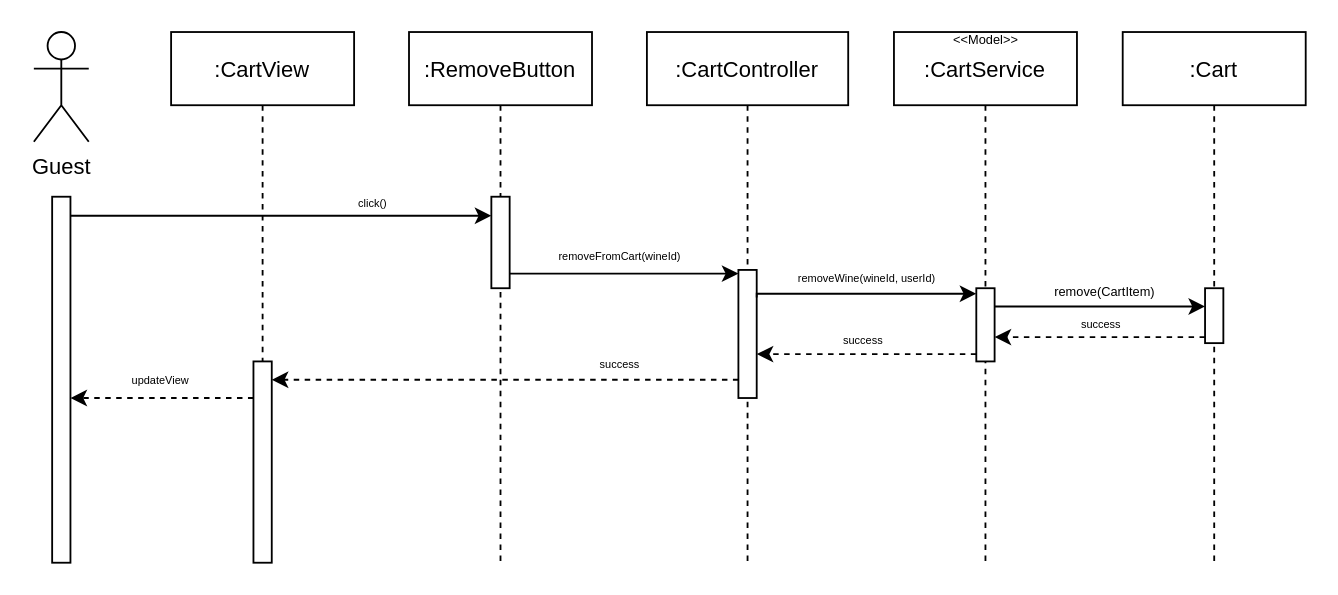
Before: page "RemoveWine" (2 of 4) of Docs/Requirements Analysis/Diagrams/Sequence Diagrams/Carrello/Winer.Cart.drawio in Gprisco/winer-unisa, a draw.io diagram. Source tidied: cells renumbered, new cells numbered last; positions are measured from the earlier drawing's top-left corner, leaving out a move shared by most shapes. Both pictures are drawn from the tidied source at 183%, with x=0, y=0 at pixel (33, 31).
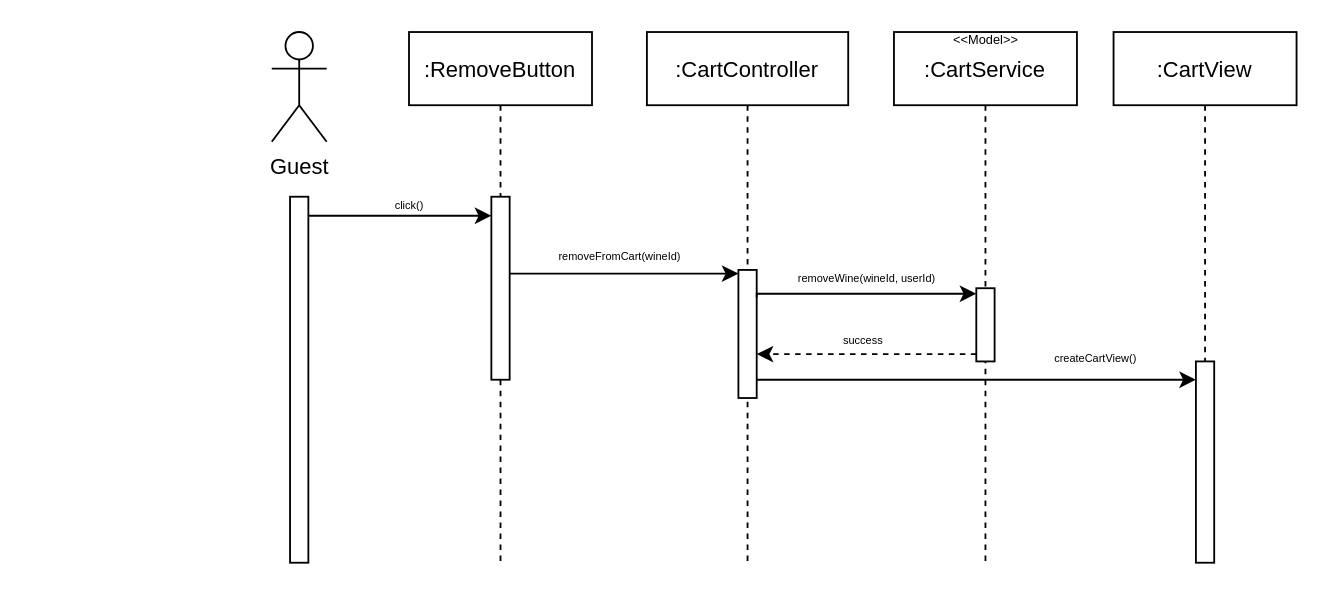
After the change.

The change refers to these unchanged cells:
```xml
<mxCell id="2" value=":RemoveButton" style="shape=umlLifeline;perimeter=lifelinePerimeter;rounded=0;shadow=0;strokeWidth=1;" parent="1" vertex="1">
  <mxGeometry x="205" width="100" height="290" as="geometry" />
</mxCell>
<mxCell id="7" style="points=[];perimeter=orthogonalPerimeter;rounded=0;shadow=0;strokeWidth=1;" parent="6" vertex="1">
  <mxGeometry x="50" y="130" width="10" height="70" as="geometry" />
</mxCell>
<mxCell id="9" style="points=[];perimeter=orthogonalPerimeter;rounded=0;shadow=0;strokeWidth=1;" parent="8" vertex="1">
  <mxGeometry x="45" y="140" width="10" height="40" as="geometry" />
</mxCell>
<mxCell id="28" style="points=[];perimeter=orthogonalPerimeter;rounded=0;shadow=0;strokeWidth=1;" parent="27" vertex="1">
  <mxGeometry x="45" y="180" width="10" height="110" as="geometry" />
</mxCell>
```

Change to the diagram source:
```diff
@@
     <mxCell id="3" style="points=[];perimeter=orthogonalPerimeter;rounded=0;shadow=0;strokeWidth=1;" parent="2" vertex="1">
-      <mxGeometry x="45" y="90" width="10" height="50" as="geometry" />
+      <mxGeometry x="45" y="90" width="10" height="100" as="geometry" />
     </mxCell>
     <mxCell id="4" value="Guest" style="shape=umlActor;verticalLabelPosition=bottom;verticalAlign=top;html=1;" parent="1" vertex="1">
-      <mxGeometry width="30" height="60" as="geometry" />
+      <mxGeometry x="130" width="30" height="60" as="geometry" />
     </mxCell>
     <mxCell id="5" style="perimeter=orthogonalPerimeter;rounded=0;shadow=0;strokeWidth=1;" parent="1" vertex="1">
-      <mxGeometry x="10" y="90" width="10" height="200" as="geometry" />
+      <mxGeometry x="140" y="90" width="10" height="200" as="geometry" />
     </mxCell>
@@
     <mxCell id="13" value="click()" style="text;html=1;align=center;verticalAlign=middle;strokeColor=none;fillColor=none;fontSize=6;" parent="1" vertex="1">
-      <mxGeometry x="170" y="89" width="30" height="10" as="geometry" />
+      <mxGeometry x="190" y="90" width="30" height="10" as="geometry" />
     </mxCell>
-    <mxCell id="14" style="edgeStyle=orthogonalEdgeStyle;rounded=0;orthogonalLoop=1;jettySize=auto;html=1;" parent="1" edge="1">
+    <mxCell id="14" style="edgeStyle=orthogonalEdgeStyle;rounded=0;jettySize=auto;html=1;" parent="1" edge="1" target="3">
       <mxGeometry relative="1" as="geometry">
-        <mxPoint x="20" y="100.4" as="sourcePoint" />
-        <mxPoint x="250" y="100.4" as="targetPoint" />
+        <mxPoint x="150" y="100.4" as="sourcePoint" />
         <Array as="points">
-          <mxPoint x="195" y="100" />
-          <mxPoint x="195" y="100" />
+          <mxPoint x="220" y="100" />
+          <mxPoint x="220" y="100" />
         </Array>
       </mxGeometry>
     </mxCell>
@@
-    <mxCell id="19" value="success" style="text;html=1;align=center;verticalAlign=middle;strokeColor=none;fillColor=none;fontSize=6;" parent="1" vertex="1">
-      <mxGeometry x="300" y="177" width="40" height="10" as="geometry" />
-    </mxCell>
-    <mxCell id="20" style="edgeStyle=orthogonalEdgeStyle;rounded=0;jettySize=auto;html=1;dashed=1;" parent="1" edge="1" source="7" target="28">
-      <mxGeometry relative="1" as="geometry">
-        <Array as="points">
-          <mxPoint x="325" y="190" />
-          <mxPoint x="325" y="190" />
-        </Array>
-      </mxGeometry>
-    </mxCell>
-    <mxCell id="21" value=":Cart" style="shape=umlLifeline;perimeter=lifelinePerimeter;rounded=0;shadow=0;strokeWidth=1;" parent="1" vertex="1">
-      <mxGeometry x="595" width="100" height="290" as="geometry" />
-    </mxCell>
-    <mxCell id="22" style="points=[];perimeter=orthogonalPerimeter;rounded=0;shadow=0;strokeWidth=1;" parent="21" vertex="1">
-      <mxGeometry x="45" y="140" width="10" height="30" as="geometry" />
-    </mxCell>
-    <mxCell id="23" value="success" style="text;html=1;align=center;verticalAlign=middle;strokeColor=none;fillColor=none;fontSize=6;" parent="21" vertex="1">
-      <mxGeometry x="-32" y="154.7" width="40" height="10" as="geometry" />
-    </mxCell>
-    <mxCell id="24" style="edgeStyle=orthogonalEdgeStyle;rounded=0;orthogonalLoop=1;jettySize=auto;html=1;dashed=1;" parent="21" edge="1">
-      <mxGeometry relative="1" as="geometry">
-        <mxPoint x="45" y="166.7" as="sourcePoint" />
-        <mxPoint x="-70" y="166.7" as="targetPoint" />
-        <Array as="points">
-          <mxPoint x="-12" y="167" />
-        </Array>
-      </mxGeometry>
-    </mxCell>
-    <mxCell id="25" style="edgeStyle=orthogonalEdgeStyle;rounded=0;jettySize=auto;html=1;fontSize=7;" parent="1" edge="1" source="9" target="22">
-      <mxGeometry relative="1" as="geometry">
-        <Array as="points">
-          <mxPoint x="585" y="150" />
-          <mxPoint x="585" y="150" />
-        </Array>
-      </mxGeometry>
-    </mxCell>
-    <mxCell id="26" value="remove(CartItem)" style="text;html=1;align=center;verticalAlign=middle;strokeColor=none;fillColor=none;fontSize=7;" parent="1" vertex="1">
-      <mxGeometry x="550" y="138" width="70" height="10" as="geometry" />
-    </mxCell>
     <mxCell id="27" value=":CartView" style="shape=umlLifeline;perimeter=lifelinePerimeter;rounded=0;shadow=0;strokeWidth=1;" parent="1" vertex="1">
-      <mxGeometry x="75" width="100" height="290" as="geometry" />
+      <mxGeometry x="590" width="100" height="290" as="geometry" />
     </mxCell>
@@
-    <mxCell id="29" style="edgeStyle=orthogonalEdgeStyle;rounded=0;jettySize=auto;html=1;dashed=1;" parent="27" edge="1" source="28">
-      <mxGeometry relative="1" as="geometry">
-        <mxPoint x="-55" y="200" as="targetPoint" />
-        <Array as="points">
-          <mxPoint x="-55" y="200" />
-        </Array>
-      </mxGeometry>
-    </mxCell>
-    <mxCell id="30" value="updateView" style="text;html=1;align=center;verticalAlign=middle;strokeColor=none;fillColor=none;fontSize=6;" parent="1" vertex="1">
-      <mxGeometry x="44" y="186" width="50" height="10" as="geometry" />
-    </mxCell>
+    <mxCell id="20" style="edgeStyle=orthogonalEdgeStyle;rounded=0;jettySize=auto;html=1;" parent="1" edge="1" source="7" target="28">
+      <mxGeometry relative="1" as="geometry">
+        <Array as="points">
+          <mxPoint x="460" y="190" />
+          <mxPoint x="460" y="190" />
+        </Array>
+      </mxGeometry>
+    </mxCell>
+    <mxCell id="31" value="createCartView()" style="text;html=1;align=center;verticalAlign=middle;strokeColor=none;fillColor=none;fontSize=6;" parent="1" vertex="1">
+      <mxGeometry x="550" y="174" width="60" height="10" as="geometry" />
+    </mxCell>
```
